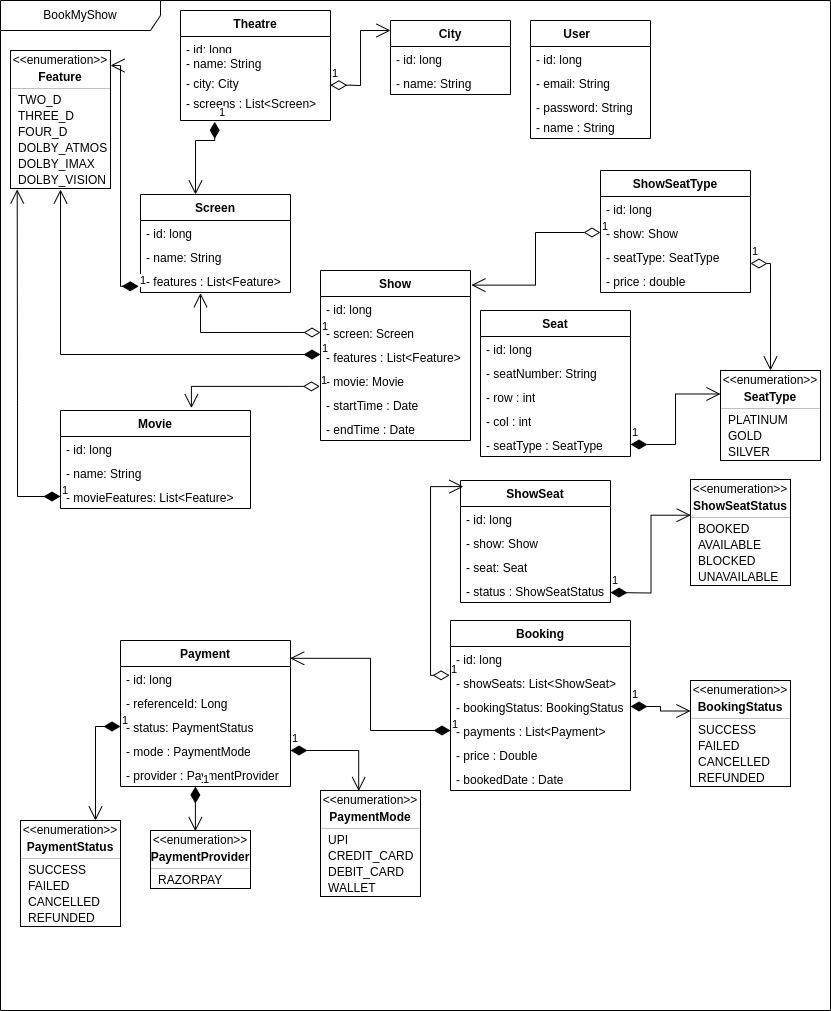
This is docs/bookmyshow.drawio.png from spa-raj/bookmyshow-lld, a draw.io export, as it was before one commit. Source tidied: cells renumbered, new cells last; positions are measured from the earlier drawing's top-left corner, leaving out a move shared by most shapes.
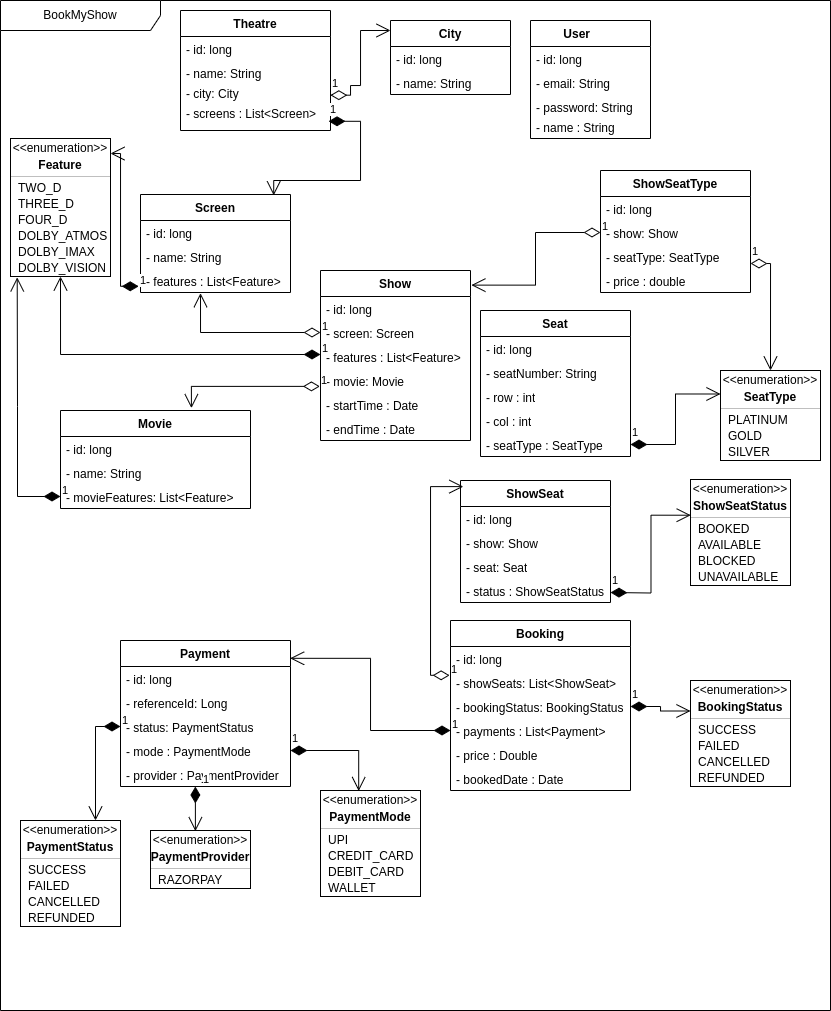
After the commit.

Change to the diagram source:
```diff
@@ -33,7 +33,7 @@
       <mxGeometry y="74" width="190" height="24" as="geometry" />
     </mxCell>
     <mxCell id="12" style="fontStyle=1;align=center;verticalAlign=middle;horizontal=1;" parent="2" vertex="1">
-      <mxGeometry x="10" y="50" width="100" height="138" as="geometry" />
+      <mxGeometry x="10" y="138" width="100" height="138" as="geometry" />
     </mxCell>
     <mxCell id="13" value="&amp;lt;&amp;lt;enumeration&amp;gt;&amp;gt;" style="html=1;align=center;spacing=0;verticalAlign=middle;strokeColor=none;fillColor=none;whiteSpace=wrap;" parent="12" vertex="1">
       <mxGeometry width="100" height="20" as="geometry" />
@@ -72,19 +72,19 @@
       <mxGeometry y="50" width="120" height="24" as="geometry" />
     </mxCell>
     <mxCell id="25" value="Theatre" style="swimlane;fontStyle=1;align=center;verticalAlign=top;horizontal=1;startSize=26;whiteSpace=wrap;html=1;" parent="2" vertex="1">
-      <mxGeometry x="180" y="10" width="150" height="110" as="geometry" />
+      <mxGeometry x="180" y="10" width="150" height="120" as="geometry" />
     </mxCell>
     <mxCell id="26" value="- id: long" style="text;strokeColor=none;fillColor=none;align=left;verticalAlign=top;spacingLeft=4;spacingRight=4;overflow=hidden;whiteSpace=wrap;html=1;" parent="25" vertex="1">
-      <mxGeometry y="26" width="150" height="14" as="geometry" />
+      <mxGeometry y="26" width="150" height="24" as="geometry" />
     </mxCell>
     <mxCell id="27" value="- name: String" style="text;strokeColor=none;fillColor=none;align=left;verticalAlign=top;spacingLeft=4;spacingRight=4;overflow=hidden;whiteSpace=wrap;html=1;" parent="25" vertex="1">
-      <mxGeometry y="40" width="150" height="20" as="geometry" />
+      <mxGeometry y="50" width="150" height="20" as="geometry" />
     </mxCell>
     <mxCell id="28" value="- city: City" style="text;strokeColor=none;fillColor=none;align=left;verticalAlign=top;spacingLeft=4;spacingRight=4;overflow=hidden;points=[[0,0.5],[1,0.5]];portConstraint=eastwest;whiteSpace=wrap;html=1;" parent="25" vertex="1">
-      <mxGeometry y="60" width="150" height="20" as="geometry" />
+      <mxGeometry y="70" width="150" height="20" as="geometry" />
     </mxCell>
     <mxCell id="29" value="- screens : List&amp;lt;Screen&amp;gt;" style="text;strokeColor=none;fillColor=none;align=left;verticalAlign=top;spacingLeft=4;spacingRight=4;overflow=hidden;points=[[0,0.5],[1,0.5]];portConstraint=eastwest;whiteSpace=wrap;html=1;" parent="25" vertex="1">
-      <mxGeometry y="80" width="150" height="30" as="geometry" />
+      <mxGeometry y="90" width="150" height="30" as="geometry" />
     </mxCell>
     <mxCell id="30" value="Screen" style="swimlane;fontStyle=1;align=center;verticalAlign=top;horizontal=1;startSize=26;whiteSpace=wrap;html=1;" parent="2" vertex="1">
       <mxGeometry x="140" y="194" width="150" height="98" as="geometry" />
@@ -384,14 +384,6 @@
     <mxCell id="123" value="1" style="endArrow=open;html=1;endSize=12;startArrow=diamondThin;startSize=14;startFill=0;edgeStyle=orthogonalEdgeStyle;align=left;verticalAlign=bottom;rounded=0;entryX=1.006;entryY=0.086;entryDx=0;entryDy=0;entryPerimeter=0;" parent="2" edge="1" source="69" target="34">
       <mxGeometry x="-1" y="3" relative="1" as="geometry" />
     </mxCell>
-    <mxCell id="124" value="1" style="endArrow=open;html=1;endSize=12;startArrow=diamondThin;startSize=14;startFill=1;edgeStyle=orthogonalEdgeStyle;align=left;verticalAlign=bottom;rounded=0;exitX=0.228;exitY=1.042;exitDx=0;exitDy=0;exitPerimeter=0;" parent="2" edge="1" source="29" target="30">
-      <mxGeometry x="-1" y="3" relative="1" as="geometry">
-        <Array as="points">
-          <mxPoint x="214" y="140" />
-          <mxPoint x="195" y="140" />
-        </Array>
-      </mxGeometry>
-    </mxCell>
     <mxCell id="125" value="1" style="endArrow=open;html=1;endSize=12;startArrow=diamondThin;startSize=14;startFill=0;edgeStyle=orthogonalEdgeStyle;align=left;verticalAlign=bottom;rounded=0;entryX=0;entryY=0.135;entryDx=0;entryDy=0;exitX=0.999;exitY=0.734;exitDx=0;exitDy=0;exitPerimeter=0;entryPerimeter=0;" parent="2" edge="1" source="28" target="22">
       <mxGeometry x="-1" y="3" relative="1" as="geometry">
         <Array as="points">
@@ -405,7 +397,7 @@
       <mxGeometry x="-1" y="3" relative="1" as="geometry">
         <Array as="points">
           <mxPoint x="120" y="286" />
-          <mxPoint x="120" y="65" />
+          <mxPoint x="120" y="153" />
         </Array>
       </mxGeometry>
     </mxCell>
@@ -417,12 +409,10 @@
         </Array>
       </mxGeometry>
     </mxCell>
-    <mxCell id="128" value="1" style="endArrow=open;html=1;endSize=12;startArrow=diamondThin;startSize=14;startFill=1;edgeStyle=orthogonalEdgeStyle;align=left;verticalAlign=bottom;rounded=0;" parent="2" edge="1" source="37">
+    <mxCell id="128" value="1" style="endArrow=open;html=1;endSize=12;startArrow=diamondThin;startSize=14;startFill=1;edgeStyle=orthogonalEdgeStyle;align=left;verticalAlign=bottom;rounded=0;entryX=0.5;entryY=1;entryDx=0;entryDy=0;" parent="2" edge="1" source="37" target="21">
       <mxGeometry x="-1" y="3" relative="1" as="geometry">
-        <mxPoint x="60" y="190" as="targetPoint" />
         <Array as="points">
           <mxPoint x="60" y="354" />
-          <mxPoint x="60" y="189" />
         </Array>
       </mxGeometry>
     </mxCell>
@@ -432,5 +422,14 @@
     <mxCell id="130" value="1" style="endArrow=open;html=1;endSize=12;startArrow=diamondThin;startSize=14;startFill=0;edgeStyle=orthogonalEdgeStyle;align=left;verticalAlign=bottom;rounded=0;entryX=0.4;entryY=1.029;entryDx=0;entryDy=0;entryPerimeter=0;exitX=0;exitY=0.5;exitDx=0;exitDy=0;" parent="2" edge="1" source="36" target="33">
       <mxGeometry x="-1" y="3" relative="1" as="geometry" />
     </mxCell>
+    <mxCell id="124" value="1" style="endArrow=open;html=1;endSize=12;startArrow=diamondThin;startSize=14;startFill=1;edgeStyle=orthogonalEdgeStyle;align=left;verticalAlign=bottom;rounded=0;exitX=0.987;exitY=0.693;exitDx=0;exitDy=0;exitPerimeter=0;entryX=0.888;entryY=0.009;entryDx=0;entryDy=0;entryPerimeter=0;" parent="2" edge="1" source="29" target="30">
+      <mxGeometry x="-1" y="3" relative="1" as="geometry">
+        <Array as="points">
+          <mxPoint x="360" y="121" />
+          <mxPoint x="360" y="180" />
+          <mxPoint x="273" y="180" />
+        </Array>
+      </mxGeometry>
+    </mxCell>
   </root>
 </mxGraphModel>
```
